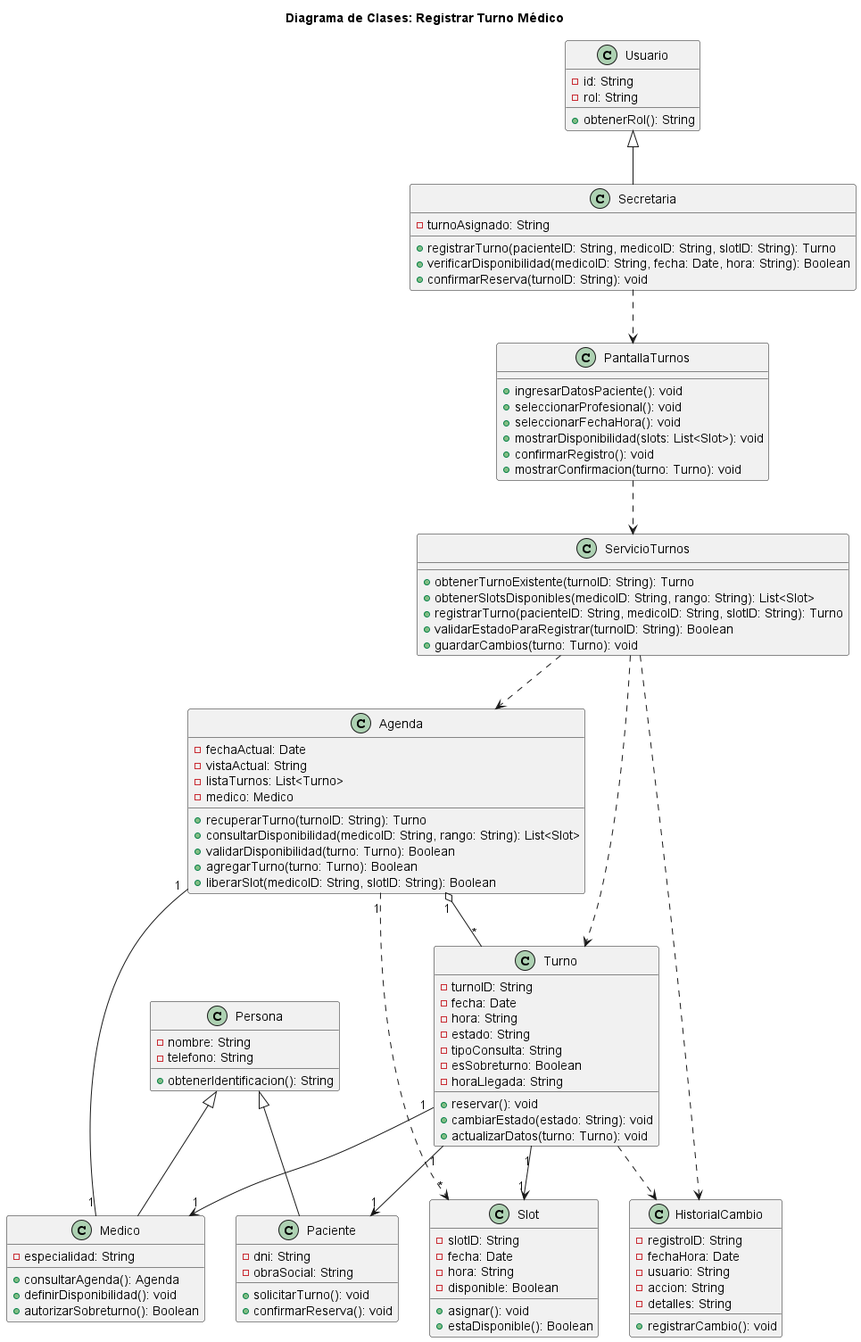
The PlantUML diagram diagramas/01-diagrama-clases/01-clases-registrar-turno-medico-01.png in Purezaamor/SistemaTurnosMedicos, before a commit.
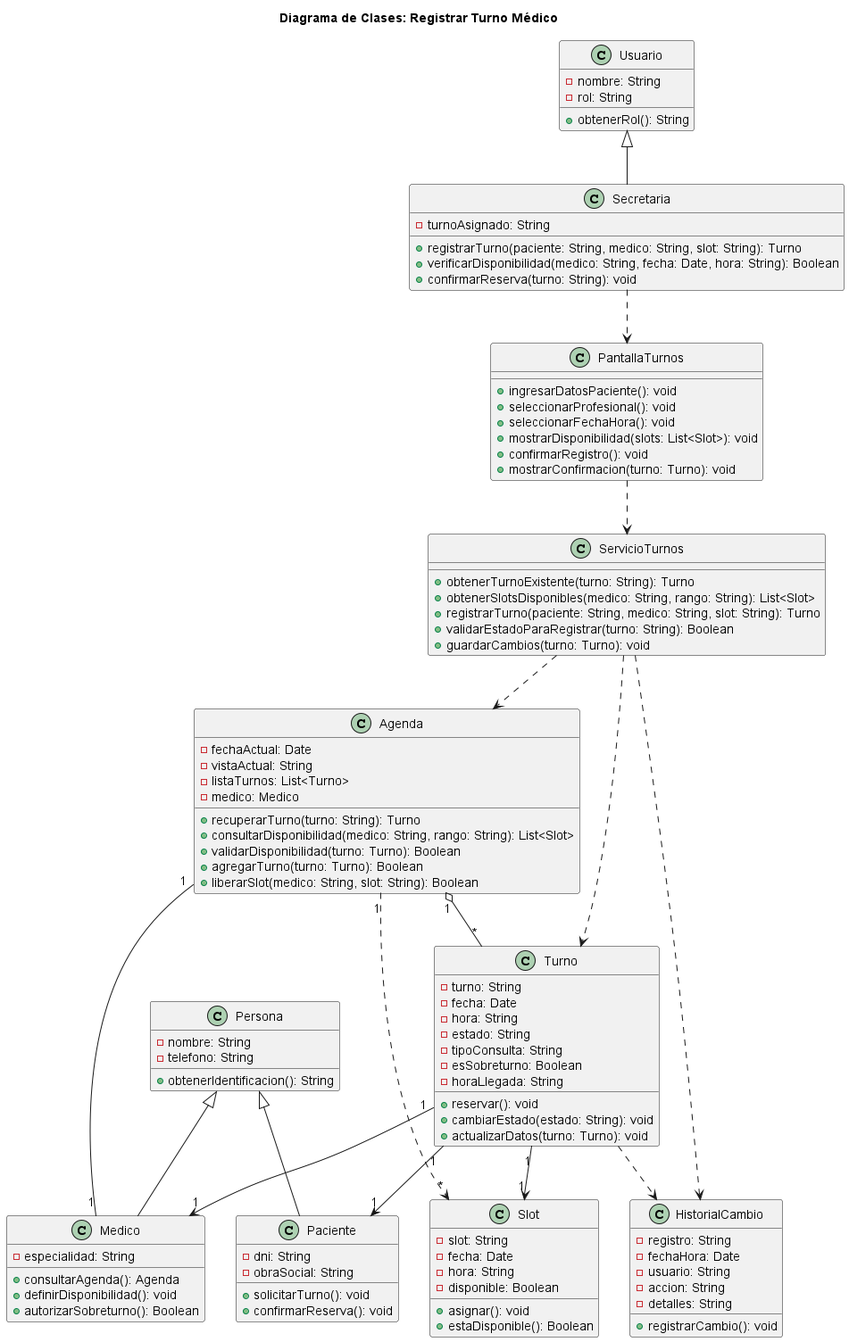
Above is the later version.

What changed in the source:
```diff
@@ -8,7 +8,7 @@
 }
 
 class Usuario {
-  - id: String
+  - nombre: String
   - rol: String
   + obtenerRol(): String
 }
@@ -22,9 +22,9 @@
 
 class Secretaria {
   - turnoAsignado: String
-  + registrarTurno(pacienteID: String, medicoID: String, slotID: String): Turno
-  + verificarDisponibilidad(medicoID: String, fecha: Date, hora: String): Boolean
-  + confirmarReserva(turnoID: String): void
+  + registrarTurno(paciente: String, medico: String, slot: String): Turno
+  + verificarDisponibilidad(medico: String, fecha: Date, hora: String): Boolean
+  + confirmarReserva(turno: String): void
 }
 
 class Medico {
@@ -39,15 +39,15 @@
   - vistaActual: String
   - listaTurnos: List<Turno>
   - medico: Medico
-  + recuperarTurno(turnoID: String): Turno
-  + consultarDisponibilidad(medicoID: String, rango: String): List<Slot>
+  + recuperarTurno(turno: String): Turno
+  + consultarDisponibilidad(medico: String, rango: String): List<Slot>
   + validarDisponibilidad(turno: Turno): Boolean
   + agregarTurno(turno: Turno): Boolean
-  + liberarSlot(medicoID: String, slotID: String): Boolean
+  + liberarSlot(medico: String, slot: String): Boolean
 }
 
 class Turno {
-  - turnoID: String
+  - turno: String
   - fecha: Date
   - hora: String
   - estado: String
@@ -60,7 +60,7 @@
 }
 
 class Slot {
-  - slotID: String
+  - slot: String
   - fecha: Date
   - hora: String
   - disponible: Boolean
@@ -69,7 +69,7 @@
 }
 
 class HistorialCambio {
-  - registroID: String
+  - registro: String
   - fechaHora: Date
   - usuario: String
   - accion: String
@@ -78,10 +78,10 @@
 }
 
 class ServicioTurnos {
-  + obtenerTurnoExistente(turnoID: String): Turno
-  + obtenerSlotsDisponibles(medicoID: String, rango: String): List<Slot>
-  + registrarTurno(pacienteID: String, medicoID: String, slotID: String): Turno
-  + validarEstadoParaRegistrar(turnoID: String): Boolean
+  + obtenerTurnoExistente(turno: String): Turno
+  + obtenerSlotsDisponibles(medico: String, rango: String): List<Slot>
+  + registrarTurno(paciente: String, medico: String, slot: String): Turno
+  + validarEstadoParaRegistrar(turno: String): Boolean
   + guardarCambios(turno: Turno): void
 }
 
```
